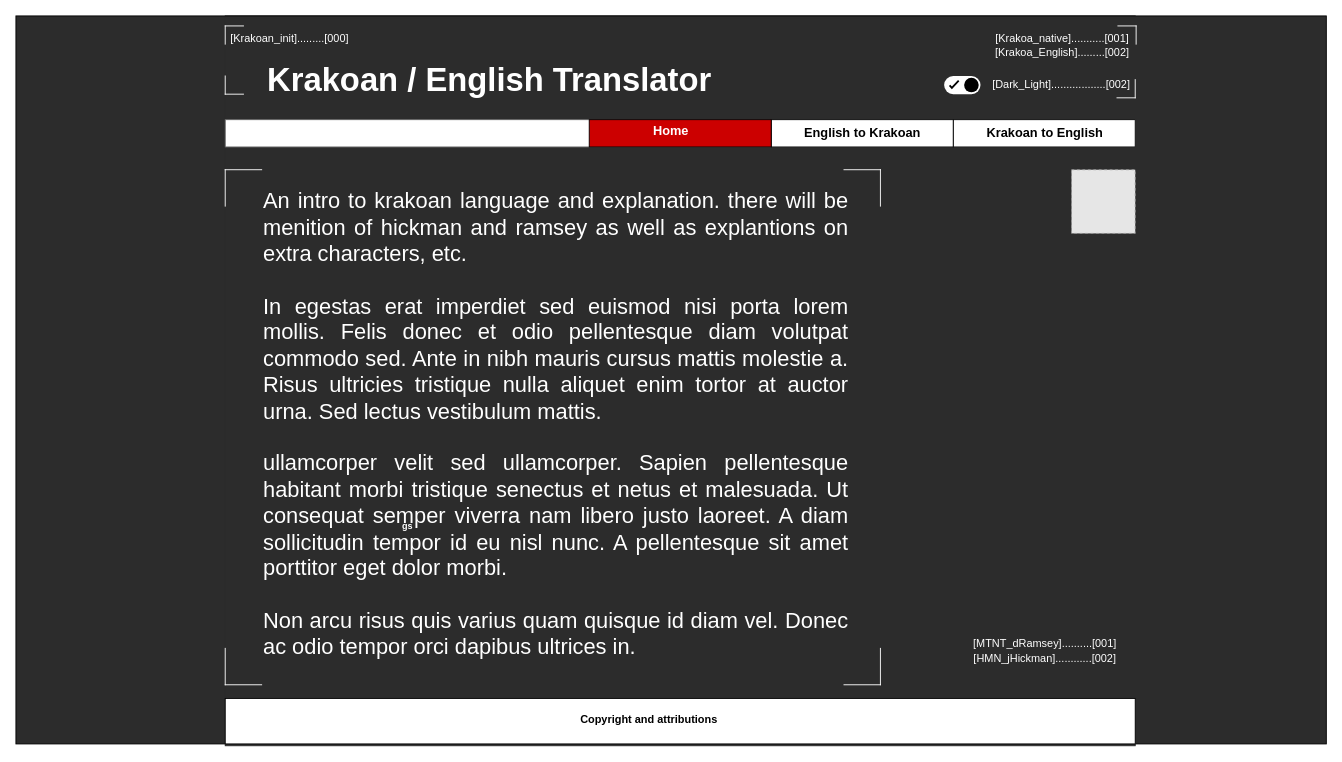
The draw.io diagram page "Intro-Drk" (4 of 6) of mockup-flowchart/mock-up-krakoan-translator.drawio in CaseyPitman/krakoan-translator, before the edit. Source tidied: cells renumbered, new cells numbered last; positions are measured from the earlier drawing's top-left corner, leaving out a move shared by most shapes. Both pictures are drawn from the tidied source at 91%, with x=0, y=0 at pixel (15, 15). Pictures stored in the file or linked from it are replaced by grey dashed boxes.
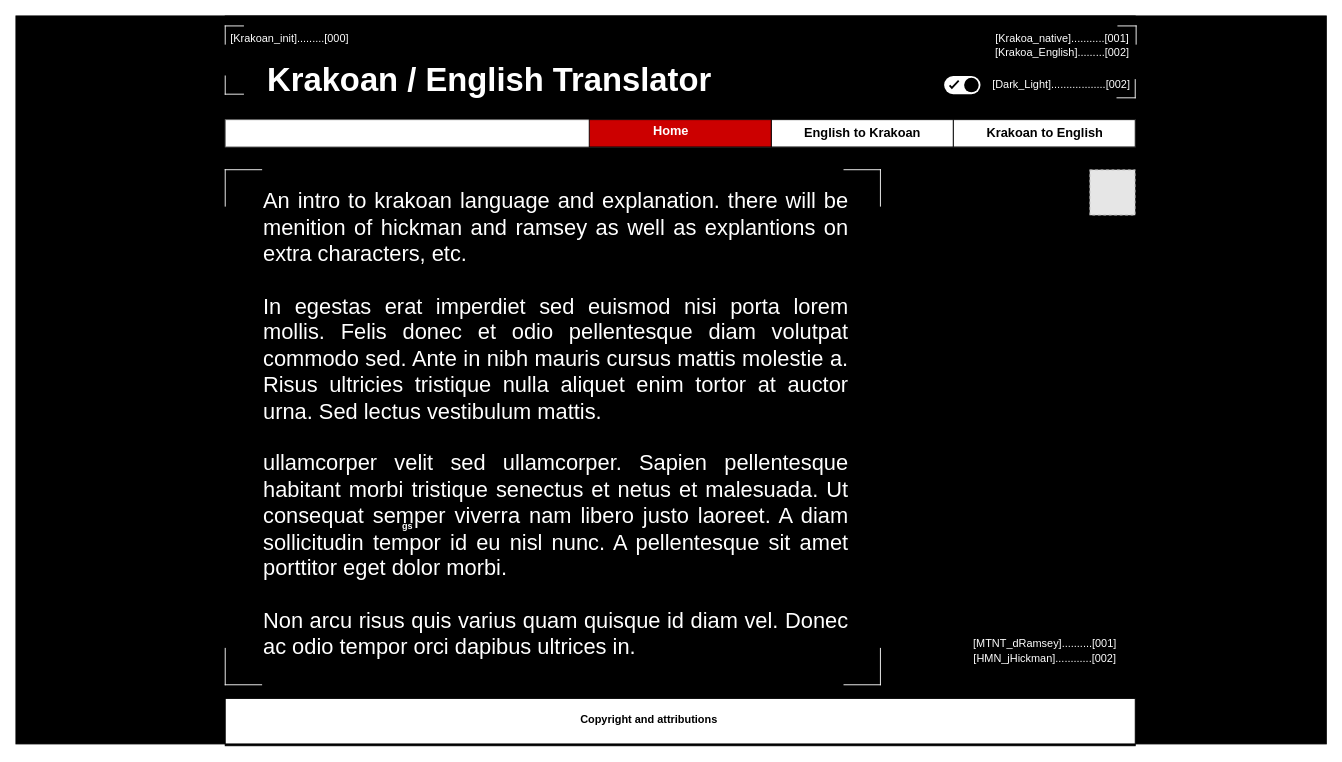
After the change.

Diff of the diagram source:
```diff
@@
-    <mxCell id="4" style="rounded=0;whiteSpace=wrap;html=1;fillColor=#2C2C2C;" parent="1" vertex="1">
+    <mxCell id="4" style="rounded=0;whiteSpace=wrap;html=1;fillColor=#000000;" parent="1" vertex="1">
       <mxGeometry width="1440" height="800" as="geometry" />
     </mxCell>
-    <mxCell id="5" style="rounded=0;whiteSpace=wrap;html=1;gradientColor=none;fontColor=#000000;fillColor=#2C2C2C;strokeColor=#2C2C2C;" parent="1" vertex="1">
+    <mxCell id="5" style="rounded=0;whiteSpace=wrap;html=1;gradientColor=none;fontColor=#000000;fillColor=#000000;" parent="1" vertex="1">
       <mxGeometry x="230" y="2" width="1000" height="800" as="geometry" />
     </mxCell>
@@
-    <mxCell id="17" style="fillColor=#E6E6E6;strokeColor=#999999;dashed=1;verticalLabelPosition=bottom;verticalAlign=top;fontSize=20;fontColor=#000000;align=left;" parent="1" vertex="1">
-      <mxGeometry x="1160" y="169" width="70" height="70" as="geometry" />
-    </mxCell>
@@
+    <mxCell id="38" style="fillColor=#E6E6E6;strokeColor=#999999;dashed=1;verticalLabelPosition=bottom;verticalAlign=top;" parent="1" vertex="1">
+      <mxGeometry x="1180" y="169" width="50" height="50" as="geometry" />
+    </mxCell>
```
